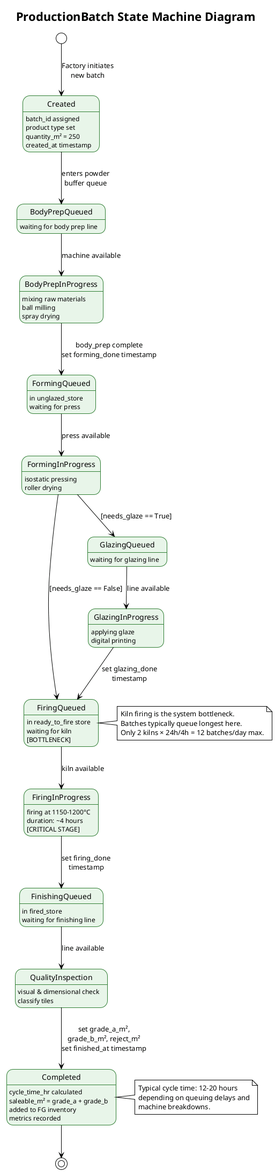
Before: assignment_ooad/uml_diagrams/state_batch.png, a diagram exported from PlantUML (kidfromjupiter/cerasim).
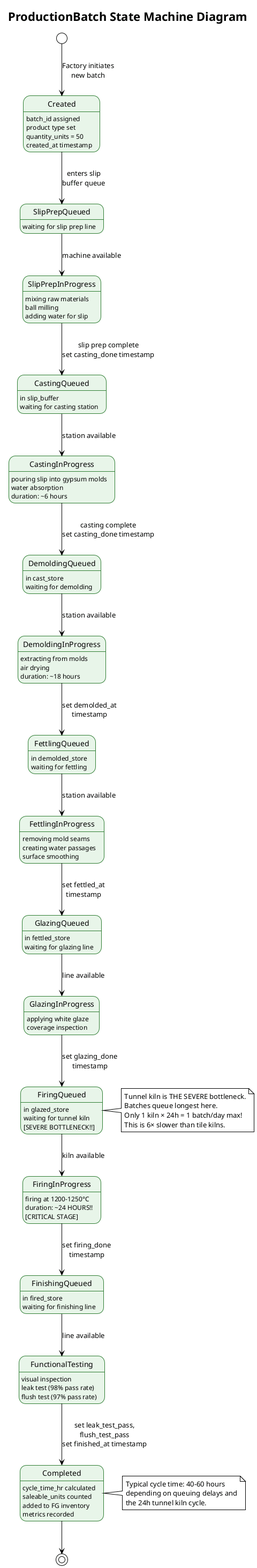
After the commit.

The edit, as a diff of the source:
```diff
@@ -10,65 +10,96 @@
 state Created {
   Created : batch_id assigned
   Created : product type set
-  Created : quantity_m² = 250
+  Created : quantity_units = 50
   Created : created_at timestamp
 }
 
-Created --> BodyPrepQueued : enters powder\nbuffer queue
+Created --> SlipPrepQueued : enters slip\nbuffer queue
 
-state BodyPrepQueued {
-  BodyPrepQueued : waiting for body prep line
+state SlipPrepQueued {
+  SlipPrepQueued : waiting for slip prep line
 }
 
-BodyPrepQueued --> BodyPrepInProgress : machine available
+SlipPrepQueued --> SlipPrepInProgress : machine available
 
-state BodyPrepInProgress {
-  BodyPrepInProgress : mixing raw materials
-  BodyPrepInProgress : ball milling
-  BodyPrepInProgress : spray drying
+state SlipPrepInProgress {
+  SlipPrepInProgress : mixing raw materials
+  SlipPrepInProgress : ball milling
+  SlipPrepInProgress : adding water for slip
 }
 
-BodyPrepInProgress --> FormingQueued : body_prep complete\nset forming_done timestamp
+SlipPrepInProgress --> CastingQueued : slip prep complete\nset casting_done timestamp
 
-state FormingQueued {
-  FormingQueued : in unglazed_store
-  FormingQueued : waiting for press
+state CastingQueued {
+  CastingQueued : in slip_buffer
+  CastingQueued : waiting for casting station
 }
 
-FormingQueued --> FormingInProgress : press available
+CastingQueued --> CastingInProgress : station available
 
-state FormingInProgress {
-  FormingInProgress : isostatic pressing
-  FormingInProgress : roller drying
+state CastingInProgress {
+  CastingInProgress : pouring slip into gypsum molds
+  CastingInProgress : water absorption
+  CastingInProgress : duration: ~6 hours
 }
 
-FormingInProgress --> GlazingQueued : [needs_glaze == True]
-FormingInProgress --> FiringQueued : [needs_glaze == False]
+CastingInProgress --> DemoldingQueued : casting complete\nset casting_done timestamp
+
+state DemoldingQueued {
+  DemoldingQueued : in cast_store
+  DemoldingQueued : waiting for demolding
+}
+
+DemoldingQueued --> DemoldingInProgress : station available
+
+state DemoldingInProgress {
+  DemoldingInProgress : extracting from molds
+  DemoldingInProgress : air drying
+  DemoldingInProgress : duration: ~18 hours
+}
+
+DemoldingInProgress --> FettlingQueued : set demolded_at\ntimestamp
+
+state FettlingQueued {
+  FettlingQueued : in demolded_store
+  FettlingQueued : waiting for fettling
+}
+
+FettlingQueued --> FettlingInProgress : station available
+
+state FettlingInProgress {
+  FettlingInProgress : removing mold seams
+  FettlingInProgress : creating water passages
+  FettlingInProgress : surface smoothing
+}
+
+FettlingInProgress --> GlazingQueued : set fettled_at\ntimestamp
 
 state GlazingQueued {
+  GlazingQueued : in fettled_store
   GlazingQueued : waiting for glazing line
 }
 
 GlazingQueued --> GlazingInProgress : line available
 
 state GlazingInProgress {
-  GlazingInProgress : applying glaze
-  GlazingInProgress : digital printing
+  GlazingInProgress : applying white glaze
+  GlazingInProgress : coverage inspection
 }
 
 GlazingInProgress --> FiringQueued : set glazing_done\ntimestamp
 
 state FiringQueued {
-  FiringQueued : in ready_to_fire store
-  FiringQueued : waiting for kiln
-  FiringQueued : [BOTTLENECK]
+  FiringQueued : in glazed_store
+  FiringQueued : waiting for tunnel kiln
+  FiringQueued : [SEVERE BOTTLENECK!!]
 }
 
 FiringQueued --> FiringInProgress : kiln available
 
 state FiringInProgress {
-  FiringInProgress : firing at 1150-1200°C
-  FiringInProgress : duration: ~4 hours
+  FiringInProgress : firing at 1200-1250°C
+  FiringInProgress : duration: ~24 HOURS!!
   FiringInProgress : [CRITICAL STAGE]
 }
 
@@ -79,18 +110,19 @@
   FinishingQueued : waiting for finishing line
 }
 
-FinishingQueued --> QualityInspection : line available
+FinishingQueued --> FunctionalTesting : line available
 
-state QualityInspection {
-  QualityInspection : visual & dimensional check
-  QualityInspection : classify tiles
+state FunctionalTesting {
+  FunctionalTesting : visual inspection
+  FunctionalTesting : leak test (98% pass rate)
+  FunctionalTesting : flush test (97% pass rate)
 }
 
-QualityInspection --> Completed : set grade_a_m²,\ngrade_b_m², reject_m²\nset finished_at timestamp
+FunctionalTesting --> Completed : set leak_test_pass,\nflush_test_pass\nset finished_at timestamp
 
 state Completed {
   Completed : cycle_time_hr calculated
-  Completed : saleable_m² = grade_a + grade_b
+  Completed : saleable_units counted
   Completed : added to FG inventory
   Completed : metrics recorded
 }
@@ -98,15 +130,16 @@
 Completed --> [*]
 
 note right of FiringQueued
-  Kiln firing is the system bottleneck.
-  Batches typically queue longest here.
-  Only 2 kilns × 24h/4h = 12 batches/day max.
+  Tunnel kiln is THE SEVERE bottleneck.
+  Batches queue longest here.
+  Only 1 kiln × 24h = 1 batch/day max!
+  This is 6× slower than tile kilns.
 end note
 
 note right of Completed
-  Typical cycle time: 12-20 hours
+  Typical cycle time: 40-60 hours
   depending on queuing delays and
-  machine breakdowns.
+  the 24h tunnel kiln cycle.
 end note
 
 @enduml
```
